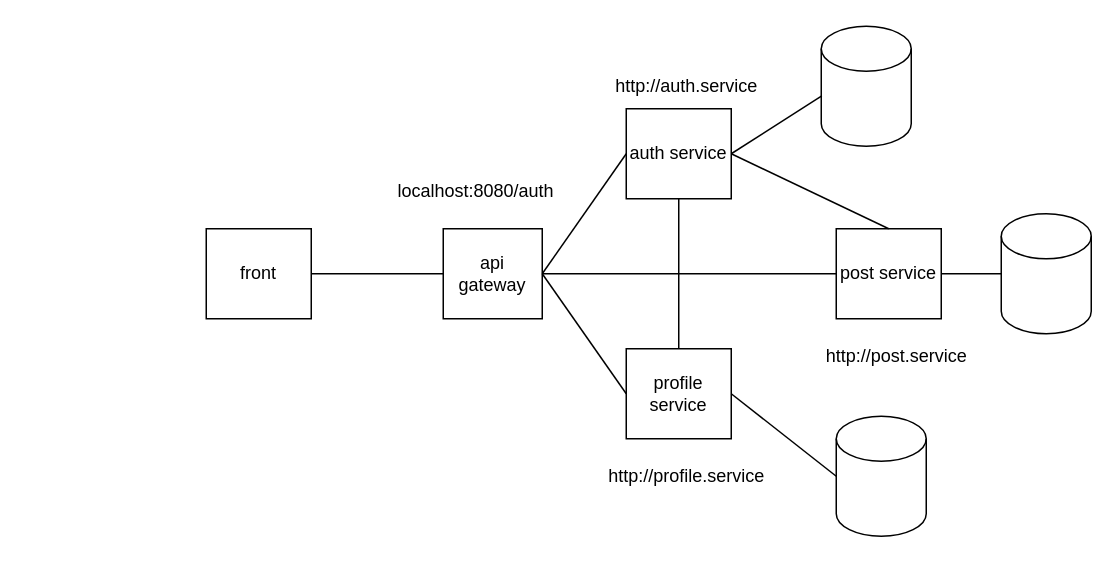
fedverdev/miniblog keeps this draw.io diagram as docs/miniblog.drawio. Above is the earlier version. Source tidied: cells renumbered, new cells numbered last; positions are measured from the earlier drawing's top-left corner, leaving out a move shared by most shapes. Both pictures are drawn from the tidied source at 150%, with x=0, y=0 at pixel (206, 26).
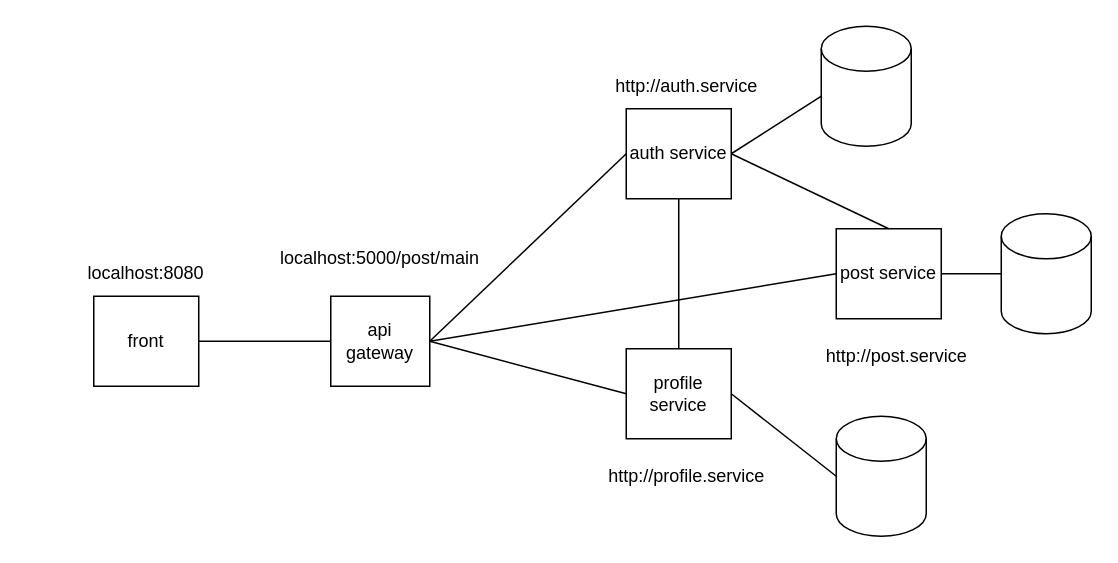
The same page after the edit.

Commit message (it also covers changes not shown here):
post-service - clean up

Change to the diagram source:
```diff
@@
     <mxCell id="2" value="front" style="rounded=0;whiteSpace=wrap;html=1;" parent="1" vertex="1">
-      <mxGeometry y="135" width="70" height="60" as="geometry" />
+      <mxGeometry x="-75" y="180" width="70" height="60" as="geometry" />
     </mxCell>
     <mxCell id="3" value="api gateway" style="rounded=0;whiteSpace=wrap;html=1;" parent="1" vertex="1">
-      <mxGeometry x="158" y="135" width="66" height="60" as="geometry" />
+      <mxGeometry x="83" y="180" width="66" height="60" as="geometry" />
     </mxCell>
@@
-    <mxCell id="8" value="localhost:8080/auth" style="text;html=1;align=center;verticalAlign=middle;whiteSpace=wrap;rounded=0;" parent="1" vertex="1">
-      <mxGeometry x="100" y="95" width="160" height="30" as="geometry" />
+    <mxCell id="8" value="localhost:5000/post/main" style="text;html=1;align=center;verticalAlign=middle;whiteSpace=wrap;rounded=0;" parent="1" vertex="1">
+      <mxGeometry x="36" y="140" width="160" height="30" as="geometry" />
     </mxCell>
@@
+    <mxCell id="23" value="localhost:8080" style="text;html=1;align=center;verticalAlign=middle;whiteSpace=wrap;rounded=0;" parent="1" vertex="1">
+      <mxGeometry x="-120" y="150" width="160" height="30" as="geometry" />
+    </mxCell>
```
